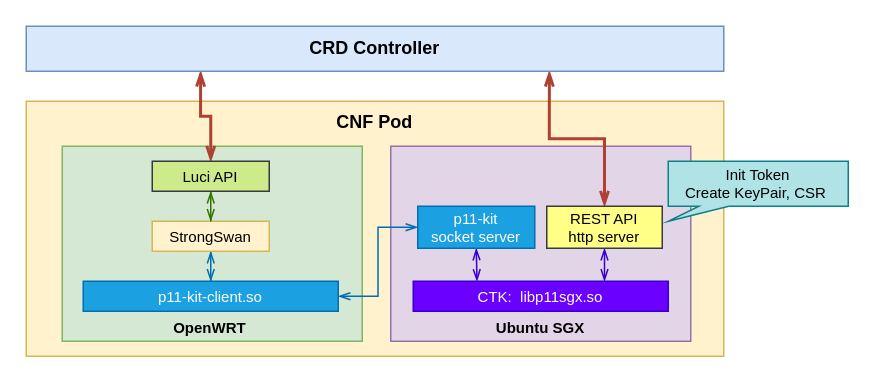
Before: pkcs11-forward.drawio in Airren/ByteGopherComment, a draw.io diagram. Source tidied: cells renumbered, new cells numbered last; positions are measured from the earlier drawing's top-left corner, leaving out a move shared by most shapes. Both pictures are drawn from the tidied source at 150%, with x=0, y=0 at pixel (26, 26).
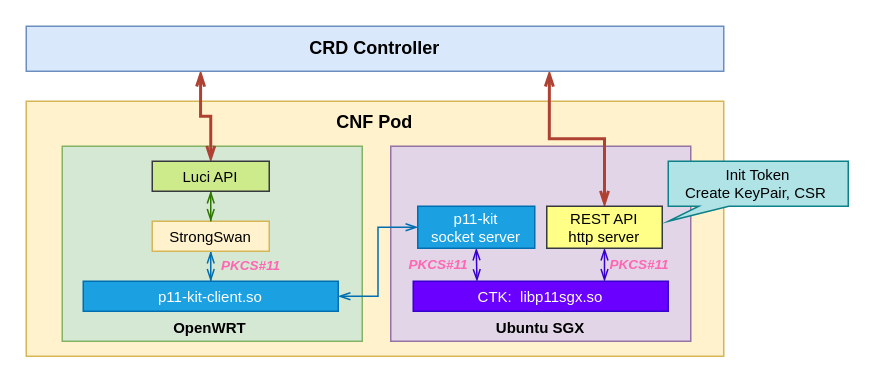
The same page after the edit.

Diff of the diagram source:
```diff
@@
+    <mxCell id="20" value="PKCS#11" style="text;html=1;strokeColor=none;fillColor=none;align=center;verticalAlign=middle;whiteSpace=wrap;rounded=0;fontSize=9;fontStyle=3;fontColor=#FF66B3;" parent="1" vertex="1">
+      <mxGeometry x="127" y="155" width="46" height="10" as="geometry" />
+    </mxCell>
+    <mxCell id="21" value="PKCS#11" style="text;html=1;strokeColor=none;fillColor=none;align=center;verticalAlign=middle;whiteSpace=wrap;rounded=0;fontSize=9;fontStyle=3;fontColor=#FF66B3;" parent="1" vertex="1">
+      <mxGeometry x="252" y="154" width="46" height="10" as="geometry" />
+    </mxCell>
+    <mxCell id="22" value="PKCS#11" style="text;html=1;strokeColor=none;fillColor=none;align=center;verticalAlign=middle;whiteSpace=wrap;rounded=0;fontSize=9;fontStyle=3;fontColor=#FF66B3;" parent="1" vertex="1">
+      <mxGeometry x="386" y="154" width="46" height="10" as="geometry" />
+    </mxCell>
```
